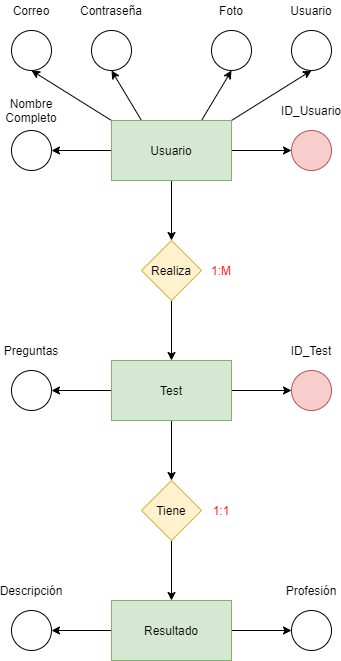
Before: Cuadrante#3/Modelo Ent-Rel/Diagrama Entidad-Relación PPI.png, a diagram exported from draw.io (WillianOrozco/equipo7_dem_ppi2020). Source tidied: cells renumbered, new cells last; positions are measured from the earlier drawing's top-left corner, leaving out a move shared by most shapes.
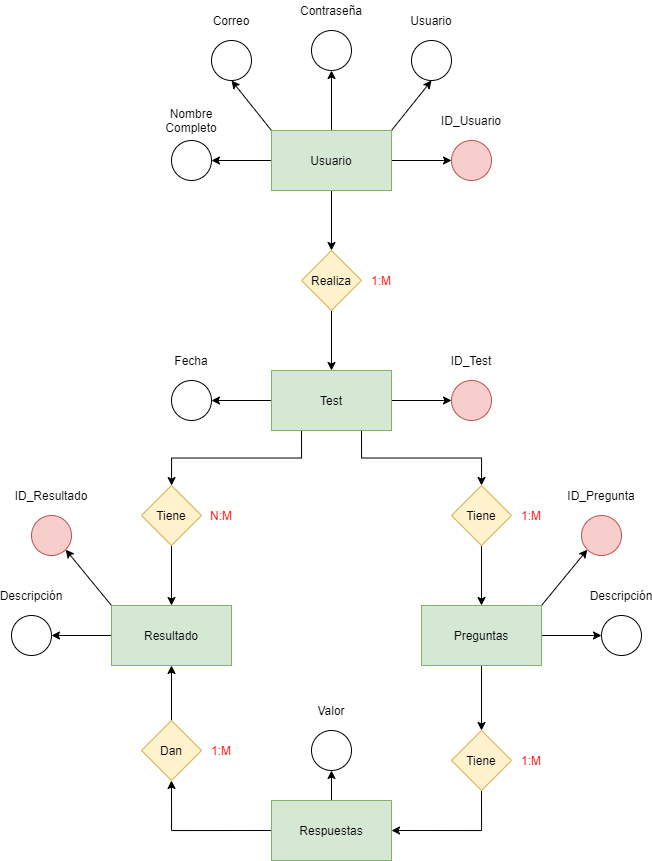
After the change.

Diff of the diagram source:
```diff
@@ -11,15 +11,12 @@
     <mxCell id="4" style="edgeStyle=orthogonalEdgeStyle;rounded=0;jettySize=auto;html=1;exitX=0.5;exitY=1;exitDx=0;exitDy=0;entryX=0.5;entryY=0;entryDx=0;entryDy=0;" parent="1" edge="1" source="9" target="19">
       <mxGeometry relative="1" as="geometry" />
     </mxCell>
-    <mxCell id="5" style="edgeStyle=none;rounded=0;jettySize=auto;html=1;exitX=0.25;exitY=0;exitDx=0;exitDy=0;entryX=0.5;entryY=1;entryDx=0;entryDy=0;fontColor=#FF0000;" parent="1" edge="1" source="9" target="35">
+    <mxCell id="5" style="edgeStyle=none;rounded=0;jettySize=auto;html=1;exitX=0.5;exitY=0;exitDx=0;exitDy=0;entryX=0.5;entryY=1;entryDx=0;entryDy=0;fontColor=#FF0000;" parent="1" edge="1" source="9" target="35">
       <mxGeometry relative="1" as="geometry" />
     </mxCell>
     <mxCell id="6" style="rounded=0;jettySize=auto;html=1;exitX=1;exitY=0;exitDx=0;exitDy=0;entryX=0.5;entryY=1;entryDx=0;entryDy=0;" parent="1" edge="1" source="9" target="39">
       <mxGeometry relative="1" as="geometry" />
     </mxCell>
-    <mxCell id="7" style="edgeStyle=none;rounded=0;jettySize=auto;html=1;exitX=0.75;exitY=0;exitDx=0;exitDy=0;entryX=0.5;entryY=1;entryDx=0;entryDy=0;" parent="1" edge="1" source="9" target="41">
-      <mxGeometry relative="1" as="geometry" />
-    </mxCell>
     <mxCell id="8" style="edgeStyle=none;rounded=0;jettySize=auto;html=1;exitX=0;exitY=0;exitDx=0;exitDy=0;entryX=0.5;entryY=1;entryDx=0;entryDy=0;" parent="1" edge="1" source="9" target="23">
       <mxGeometry relative="1" as="geometry" />
     </mxCell>
@@ -29,12 +26,15 @@
     <mxCell id="10" style="edgeStyle=orthogonalEdgeStyle;rounded=0;jettySize=auto;html=1;exitX=1;exitY=0.5;exitDx=0;exitDy=0;entryX=0;entryY=0.5;entryDx=0;entryDy=0;fontColor=#FF0000;" parent="1" edge="1" source="13" target="21">
       <mxGeometry relative="1" as="geometry" />
     </mxCell>
-    <mxCell id="11" style="edgeStyle=orthogonalEdgeStyle;rounded=0;jettySize=auto;html=1;exitX=0.5;exitY=1;exitDx=0;exitDy=0;fontColor=#FF0000;" parent="1" edge="1" source="13" target="29">
+    <mxCell id="11" style="edgeStyle=orthogonalEdgeStyle;rounded=0;jettySize=auto;html=1;exitX=0.25;exitY=1;exitDx=0;exitDy=0;fontColor=#FF0000;" parent="1" edge="1" source="13" target="29">
       <mxGeometry relative="1" as="geometry" />
     </mxCell>
     <mxCell id="12" style="edgeStyle=none;rounded=0;jettySize=auto;html=1;exitX=0;exitY=0.5;exitDx=0;exitDy=0;fontColor=#FF0000;" parent="1" edge="1" source="13" target="37">
       <mxGeometry relative="1" as="geometry" />
     </mxCell>
+    <mxCell id="43" style="edgeStyle=orthogonalEdgeStyle;rounded=0;jettySize=auto;html=1;exitX=0.75;exitY=1;exitDx=0;exitDy=0;entryX=0.5;entryY=0;entryDx=0;entryDy=0;" parent="1" edge="1" source="13" target="53">
+      <mxGeometry relative="1" as="geometry" />
+    </mxCell>
     <mxCell id="13" value="Test" style="rounded=0;whiteSpace=wrap;html=1;fillColor=#d5e8d4;strokeColor=#82b366;" parent="1" vertex="1">
       <mxGeometry x="100" y="360" width="120" height="60" as="geometry" />
     </mxCell>
@@ -66,64 +66,133 @@
       <mxGeometry x="280" y="340" width="40" height="20" as="geometry" />
     </mxCell>
     <mxCell id="23" style="ellipse;whiteSpace=wrap;html=1;" parent="1" vertex="1">
-      <mxGeometry y="30" width="40" height="40" as="geometry" />
+      <mxGeometry x="40" y="30" width="40" height="40" as="geometry" />
     </mxCell>
     <mxCell id="24" value="Correo" style="text;html=1;strokeColor=none;fillColor=none;align=center;verticalAlign=middle;whiteSpace=wrap;rounded=0;" parent="1" vertex="1">
-      <mxGeometry width="40" height="20" as="geometry" />
+      <mxGeometry x="40" width="40" height="20" as="geometry" />
     </mxCell>
     <mxCell id="25" style="edgeStyle=orthogonalEdgeStyle;rounded=0;jettySize=auto;html=1;exitX=0;exitY=0.5;exitDx=0;exitDy=0;entryX=1;entryY=0.5;entryDx=0;entryDy=0;fontColor=#FF0000;" parent="1" edge="1" source="27" target="31">
       <mxGeometry relative="1" as="geometry" />
     </mxCell>
-    <mxCell id="26" style="edgeStyle=orthogonalEdgeStyle;rounded=0;jettySize=auto;html=1;exitX=1;exitY=0.5;exitDx=0;exitDy=0;entryX=0;entryY=0.5;entryDx=0;entryDy=0;fontColor=#FF0000;" parent="1" edge="1" source="27" target="33">
-      <mxGeometry relative="1" as="geometry" />
-    </mxCell>
+    <mxCell id="44" style="rounded=0;jettySize=auto;html=1;exitX=0;exitY=0;exitDx=0;exitDy=0;entryX=1;entryY=1;entryDx=0;entryDy=0;" parent="1" edge="1" source="27" target="55">
+      <mxGeometry relative="1" as="geometry" />
+    </mxCell>
     <mxCell id="27" value="Resultado" style="rounded=0;whiteSpace=wrap;html=1;fillColor=#d5e8d4;strokeColor=#82b366;" parent="1" vertex="1">
-      <mxGeometry x="100" y="600" width="120" height="60" as="geometry" />
+      <mxGeometry x="-60" y="595" width="120" height="60" as="geometry" />
     </mxCell>
     <mxCell id="28" style="edgeStyle=orthogonalEdgeStyle;rounded=0;jettySize=auto;html=1;exitX=0.5;exitY=1;exitDx=0;exitDy=0;entryX=0.5;entryY=0;entryDx=0;entryDy=0;fontColor=#FF0000;" parent="1" edge="1" source="29" target="27">
       <mxGeometry relative="1" as="geometry" />
     </mxCell>
     <mxCell id="29" value="Tiene" style="rhombus;whiteSpace=wrap;html=1;fillColor=#fff2cc;strokeColor=#d6b656;" parent="1" vertex="1">
-      <mxGeometry x="130" y="480" width="60" height="60" as="geometry" />
+      <mxGeometry x="-30" y="475" width="60" height="60" as="geometry" />
     </mxCell>
-    <mxCell id="30" value="1:1" style="text;html=1;strokeColor=none;fillColor=none;align=center;verticalAlign=middle;whiteSpace=wrap;rounded=0;fontColor=#FF0000;" parent="1" vertex="1">
-      <mxGeometry x="190" y="500" width="40" height="20" as="geometry" />
+    <mxCell id="30" value="N:M" style="text;html=1;strokeColor=none;fillColor=none;align=center;verticalAlign=middle;whiteSpace=wrap;rounded=0;fontColor=#FF0000;" parent="1" vertex="1">
+      <mxGeometry x="30" y="495" width="40" height="20" as="geometry" />
     </mxCell>
     <mxCell id="31" style="ellipse;whiteSpace=wrap;html=1;" parent="1" vertex="1">
-      <mxGeometry y="610" width="40" height="40" as="geometry" />
+      <mxGeometry x="-160" y="605" width="40" height="40" as="geometry" />
     </mxCell>
     <mxCell id="32" value="Descripción" style="text;html=1;strokeColor=none;fillColor=none;align=center;verticalAlign=middle;whiteSpace=wrap;rounded=0;" parent="1" vertex="1">
-      <mxGeometry y="580" width="40" height="20" as="geometry" />
+      <mxGeometry x="-160" y="575" width="40" height="20" as="geometry" />
     </mxCell>
-    <mxCell id="33" style="ellipse;whiteSpace=wrap;html=1;" parent="1" vertex="1">
-      <mxGeometry x="280" y="610" width="40" height="40" as="geometry" />
-    </mxCell>
-    <mxCell id="34" value="Profesión" style="text;html=1;strokeColor=none;fillColor=none;align=center;verticalAlign=middle;whiteSpace=wrap;rounded=0;" parent="1" vertex="1">
-      <mxGeometry x="280" y="580" width="40" height="20" as="geometry" />
-    </mxCell>
     <mxCell id="35" style="ellipse;whiteSpace=wrap;html=1;" parent="1" vertex="1">
-      <mxGeometry x="80" y="30" width="40" height="40" as="geometry" />
+      <mxGeometry x="140" y="20" width="40" height="40" as="geometry" />
     </mxCell>
     <mxCell id="36" value="Contraseña" style="text;html=1;strokeColor=none;fillColor=none;align=center;verticalAlign=middle;whiteSpace=wrap;rounded=0;" parent="1" vertex="1">
-      <mxGeometry x="80" width="40" height="20" as="geometry" />
+      <mxGeometry x="140" y="-10" width="40" height="20" as="geometry" />
     </mxCell>
     <mxCell id="37" style="ellipse;whiteSpace=wrap;html=1;" parent="1" vertex="1">
       <mxGeometry y="370" width="40" height="40" as="geometry" />
     </mxCell>
-    <mxCell id="38" value="Preguntas" style="text;html=1;strokeColor=none;fillColor=none;align=center;verticalAlign=middle;whiteSpace=wrap;rounded=0;" parent="1" vertex="1">
+    <mxCell id="38" value="Fecha" style="text;html=1;strokeColor=none;fillColor=none;align=center;verticalAlign=middle;whiteSpace=wrap;rounded=0;" parent="1" vertex="1">
       <mxGeometry y="340" width="40" height="20" as="geometry" />
     </mxCell>
     <mxCell id="39" style="ellipse;whiteSpace=wrap;html=1;" parent="1" vertex="1">
-      <mxGeometry x="280" y="30" width="40" height="40" as="geometry" />
+      <mxGeometry x="240" y="30" width="40" height="40" as="geometry" />
     </mxCell>
     <mxCell id="40" value="Usuario" style="text;html=1;strokeColor=none;fillColor=none;align=center;verticalAlign=middle;whiteSpace=wrap;rounded=0;" parent="1" vertex="1">
-      <mxGeometry x="280" width="40" height="20" as="geometry" />
+      <mxGeometry x="240" width="40" height="20" as="geometry" />
     </mxCell>
-    <mxCell id="41" style="ellipse;whiteSpace=wrap;html=1;" parent="1" vertex="1">
-      <mxGeometry x="200" y="30" width="40" height="40" as="geometry" />
-    </mxCell>
-    <mxCell id="42" value="Foto" style="text;html=1;strokeColor=none;fillColor=none;align=center;verticalAlign=middle;whiteSpace=wrap;rounded=0;" parent="1" vertex="1">
-      <mxGeometry x="200" width="40" height="20" as="geometry" />
-    </mxCell>
+    <mxCell id="45" style="edgeStyle=orthogonalEdgeStyle;rounded=0;jettySize=auto;html=1;exitX=0.5;exitY=0;exitDx=0;exitDy=0;entryX=0.5;entryY=1;entryDx=0;entryDy=0;" parent="1" edge="1" source="47" target="66">
+      <mxGeometry relative="1" as="geometry" />
+    </mxCell>
+    <mxCell id="46" style="edgeStyle=orthogonalEdgeStyle;rounded=0;jettySize=auto;html=1;exitX=0;exitY=0.5;exitDx=0;exitDy=0;entryX=0.5;entryY=1;entryDx=0;entryDy=0;" parent="1" edge="1" source="47" target="69">
+      <mxGeometry relative="1" as="geometry" />
+    </mxCell>
+    <mxCell id="47" value="Respuestas" style="rounded=0;whiteSpace=wrap;html=1;fillColor=#d5e8d4;strokeColor=#82b366;" parent="1" vertex="1">
+      <mxGeometry x="100" y="790" width="120" height="60" as="geometry" />
+    </mxCell>
+    <mxCell id="48" style="edgeStyle=none;rounded=0;jettySize=auto;html=1;exitX=1;exitY=0;exitDx=0;exitDy=0;entryX=0;entryY=1;entryDx=0;entryDy=0;" parent="1" edge="1" source="51" target="57">
+      <mxGeometry relative="1" as="geometry" />
+    </mxCell>
+    <mxCell id="49" style="edgeStyle=none;rounded=0;jettySize=auto;html=1;exitX=1;exitY=0.5;exitDx=0;exitDy=0;entryX=0;entryY=0.5;entryDx=0;entryDy=0;" parent="1" edge="1" source="51" target="59">
+      <mxGeometry relative="1" as="geometry" />
+    </mxCell>
+    <mxCell id="50" style="edgeStyle=none;rounded=0;jettySize=auto;html=1;exitX=0.5;exitY=1;exitDx=0;exitDy=0;entryX=0.5;entryY=0;entryDx=0;entryDy=0;" parent="1" edge="1" source="51" target="63">
+      <mxGeometry relative="1" as="geometry" />
+    </mxCell>
+    <mxCell id="51" value="Preguntas" style="rounded=0;whiteSpace=wrap;html=1;fillColor=#d5e8d4;strokeColor=#82b366;" parent="1" vertex="1">
+      <mxGeometry x="250" y="595" width="120" height="60" as="geometry" />
+    </mxCell>
+    <mxCell id="52" style="edgeStyle=orthogonalEdgeStyle;rounded=0;jettySize=auto;html=1;exitX=0.5;exitY=1;exitDx=0;exitDy=0;entryX=0.5;entryY=0;entryDx=0;entryDy=0;fontColor=#FF0000;" parent="1" edge="1" source="53" target="51">
+      <mxGeometry relative="1" as="geometry" />
+    </mxCell>
+    <mxCell id="53" value="Tiene" style="rhombus;whiteSpace=wrap;html=1;fillColor=#fff2cc;strokeColor=#d6b656;" parent="1" vertex="1">
+      <mxGeometry x="280" y="475" width="60" height="60" as="geometry" />
+    </mxCell>
+    <mxCell id="54" value="1:M" style="text;html=1;strokeColor=none;fillColor=none;align=center;verticalAlign=middle;whiteSpace=wrap;rounded=0;fontColor=#FF0000;" parent="1" vertex="1">
+      <mxGeometry x="340" y="495" width="40" height="20" as="geometry" />
+    </mxCell>
+    <mxCell id="55" style="ellipse;whiteSpace=wrap;html=1;fillColor=#f8cecc;strokeColor=#b85450;" parent="1" vertex="1">
+      <mxGeometry x="-140" y="505" width="40" height="40" as="geometry" />
+    </mxCell>
+    <mxCell id="56" value="ID_Resultado" style="text;html=1;strokeColor=none;fillColor=none;align=center;verticalAlign=middle;whiteSpace=wrap;rounded=0;" parent="1" vertex="1">
+      <mxGeometry x="-140" y="475" width="40" height="20" as="geometry" />
+    </mxCell>
+    <mxCell id="57" style="ellipse;whiteSpace=wrap;html=1;fillColor=#f8cecc;strokeColor=#b85450;" parent="1" vertex="1">
+      <mxGeometry x="410" y="505" width="40" height="40" as="geometry" />
+    </mxCell>
+    <mxCell id="58" value="ID_Pregunta" style="text;html=1;strokeColor=none;fillColor=none;align=center;verticalAlign=middle;whiteSpace=wrap;rounded=0;" parent="1" vertex="1">
+      <mxGeometry x="410" y="475" width="40" height="20" as="geometry" />
+    </mxCell>
+    <mxCell id="59" style="ellipse;whiteSpace=wrap;html=1;" parent="1" vertex="1">
+      <mxGeometry x="430" y="605" width="40" height="40" as="geometry" />
+    </mxCell>
+    <mxCell id="60" value="Descripción" style="text;html=1;strokeColor=none;fillColor=none;align=center;verticalAlign=middle;whiteSpace=wrap;rounded=0;" parent="1" vertex="1">
+      <mxGeometry x="430" y="575" width="40" height="20" as="geometry" />
+    </mxCell>
+    <mxCell id="61" style="edgeStyle=none;rounded=0;orthogonalLoop=1;jettySize=auto;html=1;exitX=0;exitY=0;exitDx=0;exitDy=0;" parent="1" edge="1" source="53" target="53">
+      <mxGeometry relative="1" as="geometry" />
+    </mxCell>
+    <mxCell id="62" style="edgeStyle=orthogonalEdgeStyle;rounded=0;jettySize=auto;html=1;exitX=0.5;exitY=1;exitDx=0;exitDy=0;entryX=1;entryY=0.5;entryDx=0;entryDy=0;" parent="1" edge="1" source="63" target="47">
+      <mxGeometry relative="1" as="geometry" />
+    </mxCell>
+    <mxCell id="63" value="Tiene" style="rhombus;whiteSpace=wrap;html=1;fillColor=#fff2cc;strokeColor=#d6b656;" parent="1" vertex="1">
+      <mxGeometry x="280" y="720" width="60" height="60" as="geometry" />
+    </mxCell>
+    <mxCell id="64" value="1:M" style="text;html=1;strokeColor=none;fillColor=none;align=center;verticalAlign=middle;whiteSpace=wrap;rounded=0;fontColor=#FF0000;" parent="1" vertex="1">
+      <mxGeometry x="340" y="740" width="40" height="20" as="geometry" />
+    </mxCell>
+    <mxCell id="65" style="edgeStyle=none;rounded=0;orthogonalLoop=1;jettySize=auto;html=1;exitX=0;exitY=0;exitDx=0;exitDy=0;" parent="1" edge="1" source="63" target="63">
+      <mxGeometry relative="1" as="geometry" />
+    </mxCell>
+    <mxCell id="66" style="ellipse;whiteSpace=wrap;html=1;" parent="1" vertex="1">
+      <mxGeometry x="140" y="720" width="40" height="40" as="geometry" />
+    </mxCell>
+    <mxCell id="67" value="Valor" style="text;html=1;strokeColor=none;fillColor=none;align=center;verticalAlign=middle;whiteSpace=wrap;rounded=0;" parent="1" vertex="1">
+      <mxGeometry x="140" y="690" width="40" height="20" as="geometry" />
+    </mxCell>
+    <mxCell id="68" style="edgeStyle=orthogonalEdgeStyle;rounded=0;jettySize=auto;html=1;exitX=0.5;exitY=0;exitDx=0;exitDy=0;entryX=0.5;entryY=1;entryDx=0;entryDy=0;" parent="1" edge="1" source="69" target="27">
+      <mxGeometry relative="1" as="geometry" />
+    </mxCell>
+    <mxCell id="69" value="Dan" style="rhombus;whiteSpace=wrap;html=1;fillColor=#fff2cc;strokeColor=#d6b656;" parent="1" vertex="1">
+      <mxGeometry x="-30" y="710" width="60" height="60" as="geometry" />
+    </mxCell>
+    <mxCell id="70" value="1:M" style="text;html=1;strokeColor=none;fillColor=none;align=center;verticalAlign=middle;whiteSpace=wrap;rounded=0;fontColor=#FF0000;" parent="1" vertex="1">
+      <mxGeometry x="30" y="730" width="40" height="20" as="geometry" />
+    </mxCell>
+    <mxCell id="71" style="edgeStyle=none;rounded=0;orthogonalLoop=1;jettySize=auto;html=1;exitX=0;exitY=0;exitDx=0;exitDy=0;" parent="1" edge="1" source="69" target="69">
+      <mxGeometry relative="1" as="geometry" />
+    </mxCell>
   </root>
 </mxGraphModel>
```
